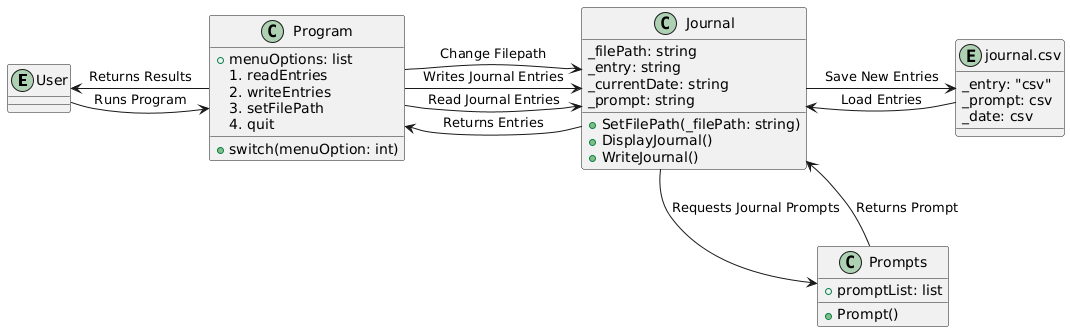
The PlantUML diagram prove/Develop02/journalClassUML.png in hwalkermerrill/cse210-programming-with-classes, before a commit.
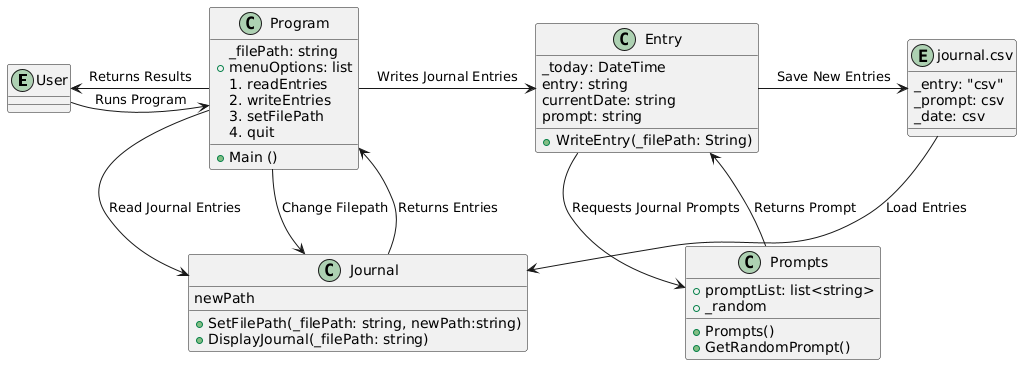
After the change.

Commit message:
replace classUML img

What changed in the source:
```diff
@@ -7,41 +7,48 @@
 }
 
 class Program {
+  _filePath: string
   +menuOptions: list
     1. readEntries
     2. writeEntries
     3. setFilePath
     4. quit
-  +switch(menuOption: int)
+  +Main ()
 }
 
 class Journal {
-  _filePath: string
-  _entry: string
-  _currentDate: string
-  _prompt: string
-  +SetFilePath(_filePath: string)
-  +DisplayJournal()
-  +WriteJournal()
+  newPath
+  +SetFilePath(_filePath: string, newPath:string)
+  +DisplayJournal(_filePath: string)
 }
 
 class Prompts {
-  +promptList: list
-  +Prompt()
+  +promptList: list<string>
+  +_random
+  +Prompts()
+  +GetRandomPrompt()
+}
+
+class Entry {
+  _today: DateTime
+  entry: string
+  currentDate: string
+  prompt: string
+  +WriteEntry(_filePath: String)
 }
 
 User -> Program: Runs Program
 Program --> User: Returns Results
 
 Program -> Journal: Read Journal Entries
-Program -> Journal: Writes Journal Entries
+Program -> Entry: Writes Journal Entries
 Program -> Journal: Change Filepath
 Journal --> Program: Returns Entries
 
-Journal -> Prompts: Requests Journal Prompts
-Prompts --> Journal: Returns Prompt
+Entry -> Prompts: Requests Journal Prompts
+Prompts --> Entry: Returns Prompt
 
-Journal -> CSVFile: Save New Entries
+Entry -> CSVFile: Save New Entries
 CSVFile --> Journal: Load Entries
 
 CSVFile -[hidden]-> Prompts
```
